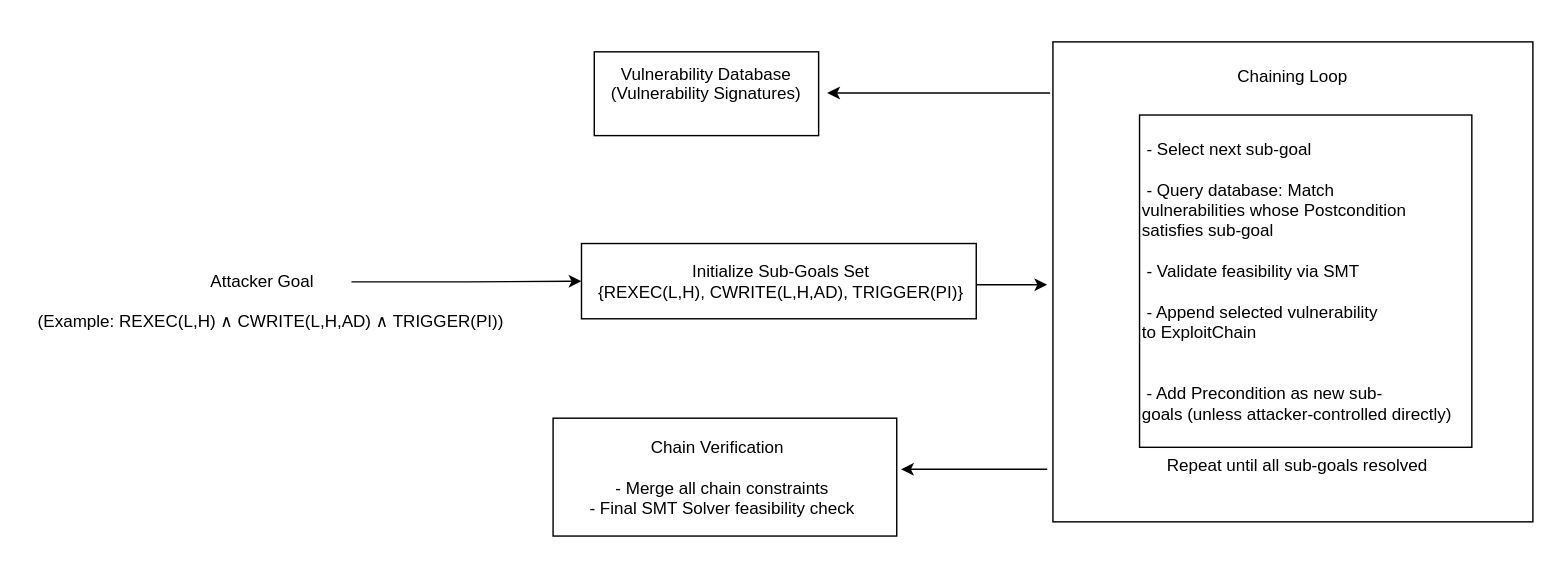
Above: chain.drawio in shafiuzzaman-md/attack-synthesis-suite-c (draw.io), before the change. Source tidied: cells renumbered, new cells numbered last; positions are measured from the earlier drawing's top-left corner, leaving out a move shared by most shapes. Both pictures are drawn from the tidied source at 142%, with x=0, y=0 at pixel (24, 41).
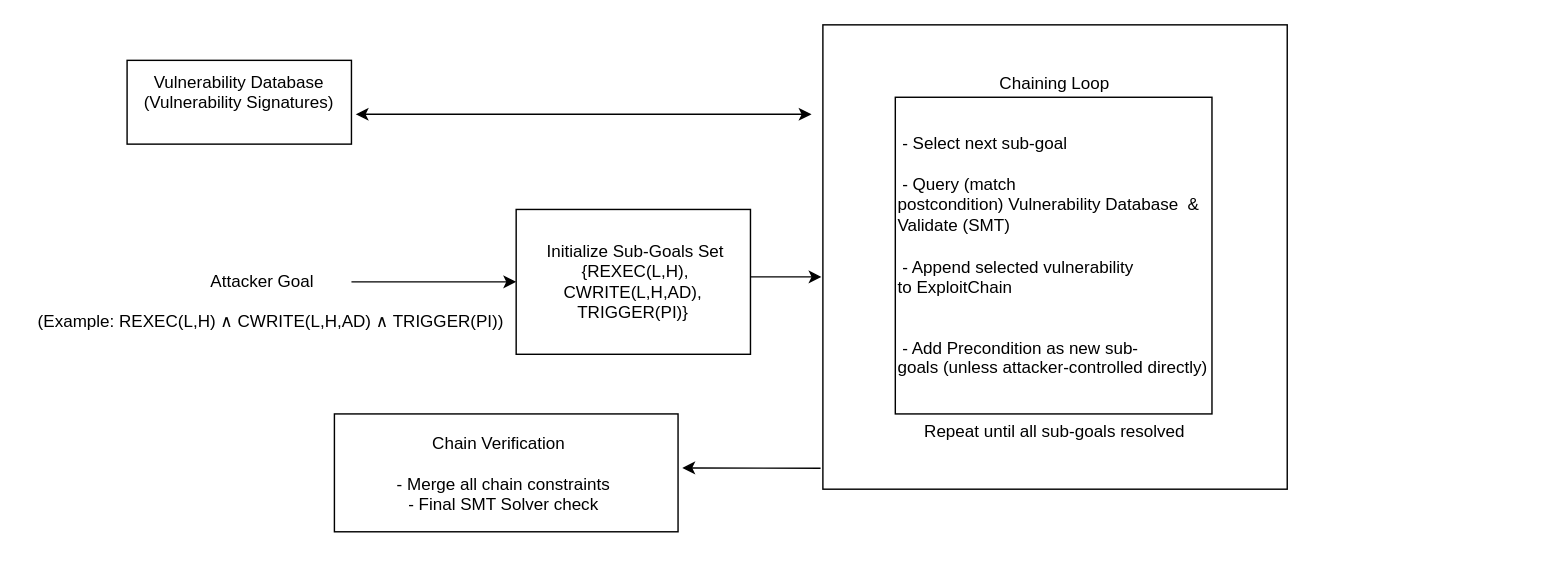
Above is the later version.

Diff of the diagram source:
```diff
@@
 <mxGraphModel>
   <root>
     <mxCell id="0" />
     <mxCell id="1" parent="0" />
     <mxCell id="2" style="edgeStyle=orthogonalEdgeStyle;rounded=0;jettySize=auto;html=1;" parent="1" edge="1" source="3" target="4">
       <mxGeometry relative="1" as="geometry" />
     </mxCell>
     <mxCell id="3" value="Attacker Goal" style="text;html=1;align=center;verticalAlign=middle;whiteSpace=wrap;rounded=0;" parent="1" vertex="1">
       <mxGeometry x="105" y="154.5" width="125" height="29" as="geometry" />
     </mxCell>
     <mxCell id="4" value="&lt;div&gt;&amp;nbsp;Initialize Sub-Goals Set&lt;/div&gt;&lt;div&gt;&lt;span style=&quot;background-color: transparent; color: light-dark(rgb(0, 0, 0), rgb(255, 255, 255));&quot;&gt;&amp;nbsp;{REXEC(L,H), CWRITE(L,H,AD), TRIGGER(PI)}&lt;/span&gt;&lt;/div&gt;" style="whiteSpace=wrap;html=1;" parent="1" vertex="1">
-      <mxGeometry x="392" y="142" width="278" height="53" as="geometry" />
+      <mxGeometry x="346" y="118" width="165" height="102" as="geometry" />
     </mxCell>
     <mxCell id="5" value="Vulnerability Database&lt;div&gt;(Vulnerability Signatures)&lt;br&gt;&lt;div&gt;&lt;br&gt;&lt;/div&gt;&lt;/div&gt;" style="rounded=0;whiteSpace=wrap;html=1;" parent="1" vertex="1">
-      <mxGeometry x="401" y="7" width="158" height="59" as="geometry" />
+      <mxGeometry x="72" y="13" width="158" height="59" as="geometry" />
     </mxCell>
     <mxCell id="6" value="(Example: REXEC(L,H) ∧ CWRITE(L,H,AD) ∧ TRIGGER(PI))" style="text;html=1;align=center;verticalAlign=middle;strokeColor=none;fillColor=none;" parent="1" vertex="1">
       <mxGeometry y="184" width="346" height="26" as="geometry" />
     </mxCell>
-    <mxCell id="7" value="Chaining Loop&lt;div&gt;&lt;br&gt;&lt;/div&gt;&lt;div&gt;&lt;br&gt;&lt;/div&gt;&lt;div&gt;&lt;br&gt;&lt;/div&gt;&lt;div&gt;&lt;br&gt;&lt;/div&gt;&lt;div&gt;&lt;br&gt;&lt;/div&gt;&lt;div&gt;&lt;br&gt;&lt;/div&gt;&lt;div&gt;&lt;br&gt;&lt;/div&gt;&lt;div&gt;&lt;br&gt;&lt;/div&gt;&lt;div&gt;&lt;br&gt;&lt;/div&gt;&lt;div&gt;&lt;br&gt;&lt;/div&gt;&lt;div&gt;&lt;br&gt;&lt;/div&gt;&lt;div&gt;&lt;br&gt;&lt;/div&gt;&lt;div&gt;&lt;br&gt;&lt;/div&gt;&lt;div&gt;&lt;br&gt;&lt;/div&gt;&lt;div&gt;&lt;br&gt;&lt;/div&gt;&lt;div&gt;&lt;br&gt;&lt;/div&gt;&lt;div&gt;&lt;br&gt;&lt;/div&gt;&lt;div&gt;&lt;br&gt;&lt;/div&gt;&lt;div&gt;&amp;nbsp;&amp;nbsp;Repeat until all sub-goals resolved&lt;div&gt;&lt;br&gt;&lt;/div&gt;&lt;/div&gt;" style="whiteSpace=wrap;html=1;" parent="1" vertex="1">
-      <mxGeometry x="724" width="338" height="338" as="geometry" />
+    <mxCell id="7" value="&lt;div&gt;&lt;br&gt;&lt;/div&gt;&lt;div&gt;Chaining Loop&lt;/div&gt;&lt;br&gt;&lt;div&gt;&lt;br&gt;&lt;/div&gt;&lt;div&gt;&lt;br&gt;&lt;/div&gt;&lt;div&gt;&lt;br&gt;&lt;div&gt;&lt;br&gt;&lt;/div&gt;&lt;div&gt;&lt;br&gt;&lt;/div&gt;&lt;div&gt;&lt;br&gt;&lt;/div&gt;&lt;div&gt;&lt;br&gt;&lt;/div&gt;&lt;div&gt;&lt;br&gt;&lt;/div&gt;&lt;div&gt;&lt;br&gt;&lt;/div&gt;&lt;div&gt;&lt;br&gt;&lt;/div&gt;&lt;div&gt;&lt;br&gt;&lt;/div&gt;&lt;div&gt;&lt;br&gt;&lt;/div&gt;&lt;div&gt;&lt;br&gt;&lt;/div&gt;&lt;div&gt;&lt;br&gt;&lt;/div&gt;&lt;div&gt;&lt;br&gt;&lt;/div&gt;&lt;div&gt;&lt;span style=&quot;background-color: transparent; color: light-dark(rgb(0, 0, 0), rgb(255, 255, 255));&quot;&gt;Repeat until all sub-goals resolved&lt;/span&gt;&lt;/div&gt;&lt;div&gt;&lt;div&gt;&lt;br&gt;&lt;/div&gt;&lt;/div&gt;&lt;/div&gt;" style="whiteSpace=wrap;html=1;" parent="1" vertex="1">
+      <mxGeometry x="562" y="-12" width="327" height="327" as="geometry" />
     </mxCell>
-    <mxCell id="8" value="&amp;nbsp;- Select next sub-goal&amp;nbsp;&amp;nbsp;&lt;div&gt;&lt;br&gt;&lt;div&gt;&amp;nbsp;- Query database: Match vulnerabilities&amp;nbsp;whose Postcondition satisfies sub-goal&lt;/div&gt;&lt;div&gt;&lt;br&gt;&lt;/div&gt;&lt;div&gt;&amp;nbsp;- Validate feasibility via SMT&lt;/div&gt;&lt;div&gt;&lt;br&gt;&lt;/div&gt;&lt;div&gt;&amp;nbsp;- Append selected vulnerability to&amp;nbsp;ExploitChain&lt;/div&gt;&lt;div&gt;&lt;br&gt;&lt;/div&gt;&lt;div&gt;&lt;br&gt;&lt;/div&gt;&lt;div&gt;&amp;nbsp;- Add Precondition as new sub-goals&amp;nbsp;(unless attacker-controlled directly)&lt;/div&gt;&lt;/div&gt;" style="whiteSpace=wrap;html=1;align=left;" parent="1" vertex="1">
-      <mxGeometry x="785" y="51.5" width="234" height="234" as="geometry" />
+    <mxCell id="8" value="&amp;nbsp;- Select next sub-goal&amp;nbsp;&amp;nbsp;&lt;div&gt;&lt;br&gt;&lt;div&gt;&amp;nbsp;- Query (match postcondition)&amp;nbsp;Vulnerability Database &amp;nbsp;&amp;amp; Validate (SMT)&lt;br&gt;&lt;div&gt;&lt;div&gt;&lt;br&gt;&lt;/div&gt;&lt;div&gt;&amp;nbsp;- Append selected vulnerability to&amp;nbsp;ExploitChain&lt;/div&gt;&lt;div&gt;&lt;br&gt;&lt;/div&gt;&lt;div&gt;&lt;br&gt;&lt;/div&gt;&lt;div&gt;&amp;nbsp;- Add Precondition as new sub-goals&amp;nbsp;(unless attacker-controlled directly)&lt;/div&gt;&lt;/div&gt;&lt;/div&gt;&lt;/div&gt;" style="whiteSpace=wrap;html=1;align=left;" parent="1" vertex="1">
+      <mxGeometry x="613" y="39" width="223" height="223" as="geometry" />
     </mxCell>
     <mxCell id="9" style="endArrow=classic;html=1;rounded=0;" parent="1" edge="1">
       <mxGeometry relative="1" as="geometry">
-        <mxPoint x="670" y="171" as="sourcePoint" />
-        <mxPoint x="720" y="171" as="targetPoint" />
+        <mxPoint x="511" y="165.5" as="sourcePoint" />
+        <mxPoint x="561" y="165.5" as="targetPoint" />
       </mxGeometry>
     </mxCell>
-    <mxCell id="10" style="endArrow=classic;html=1;rounded=0;" parent="1" edge="1">
-      <mxGeometry relative="1" as="geometry">
-        <mxPoint x="722" y="36" as="sourcePoint" />
-        <mxPoint x="565" y="36" as="targetPoint" />
-      </mxGeometry>
-    </mxCell>
-    <mxCell id="11" value="Chain Verification&amp;nbsp; &amp;nbsp;&lt;div&gt;&lt;span style=&quot;background-color: transparent; color: light-dark(rgb(0, 0, 0), rgb(255, 255, 255));&quot;&gt;&lt;br&gt;&lt;/span&gt;&lt;/div&gt;&lt;div&gt;&lt;span style=&quot;background-color: transparent; color: light-dark(rgb(0, 0, 0), rgb(255, 255, 255));&quot;&gt;- Merge all chain constraints&amp;nbsp;&lt;/span&gt;&lt;div&gt;&lt;div&gt;-&amp;nbsp;Final SMT Solver feasibility check&amp;nbsp;&lt;/div&gt;&lt;/div&gt;&lt;/div&gt;" style="rounded=0;whiteSpace=wrap;html=1;align=center;" parent="1" vertex="1">
-      <mxGeometry x="372" y="265" width="242" height="83" as="geometry" />
+    <mxCell id="11" value="Chain Verification&amp;nbsp; &amp;nbsp;&lt;div&gt;&lt;span style=&quot;background-color: transparent; color: light-dark(rgb(0, 0, 0), rgb(255, 255, 255));&quot;&gt;&lt;br&gt;&lt;/span&gt;&lt;/div&gt;&lt;div&gt;&lt;span style=&quot;background-color: transparent; color: light-dark(rgb(0, 0, 0), rgb(255, 255, 255));&quot;&gt;- Merge all chain constraints&amp;nbsp;&lt;/span&gt;&lt;div&gt;&lt;div&gt;-&amp;nbsp;Final SMT Solver check&amp;nbsp;&lt;/div&gt;&lt;/div&gt;&lt;/div&gt;" style="rounded=0;whiteSpace=wrap;html=1;align=center;" parent="1" vertex="1">
+      <mxGeometry x="218" y="262" width="242" height="83" as="geometry" />
     </mxCell>
-    <mxCell id="12" style="endArrow=classic;html=1;rounded=0;" parent="1" edge="1">
-      <mxGeometry relative="1" as="geometry">
-        <mxPoint x="720" y="301" as="sourcePoint" />
-        <mxPoint x="617" y="301" as="targetPoint" />
-      </mxGeometry>
-    </mxCell>
+    <mxCell id="13" style="endArrow=classic;html=1;rounded=0;exitX=-0.005;exitY=0.955;exitDx=0;exitDy=0;exitPerimeter=0;" parent="1" edge="1" source="7">
+      <mxGeometry relative="1" as="geometry">
+        <mxPoint x="463" y="300" as="targetPoint" />
+      </mxGeometry>
+    </mxCell>
+    <mxCell id="14" style="endArrow=classic;startArrow=classic;html=1;rounded=0;" parent="1" edge="1">
+      <mxGeometry relative="1" as="geometry">
+        <mxPoint x="233" y="51" as="sourcePoint" />
+        <mxPoint x="554" y="51" as="targetPoint" />
+      </mxGeometry>
+    </mxCell>
   </root>
 </mxGraphModel>
```
